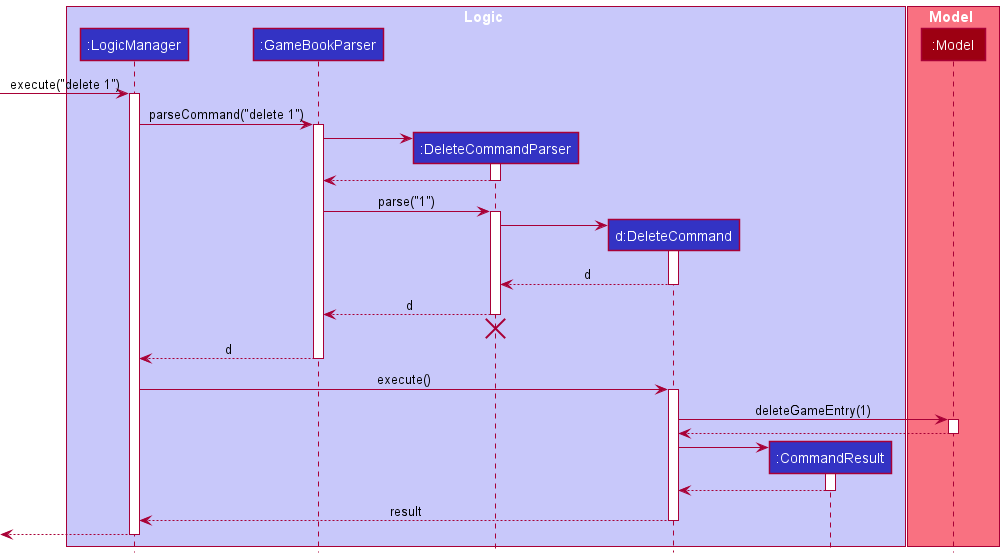
The PlantUML diagram docs/images/DeleteSequenceDiagram.png in yzhilong/tp, before a commit.
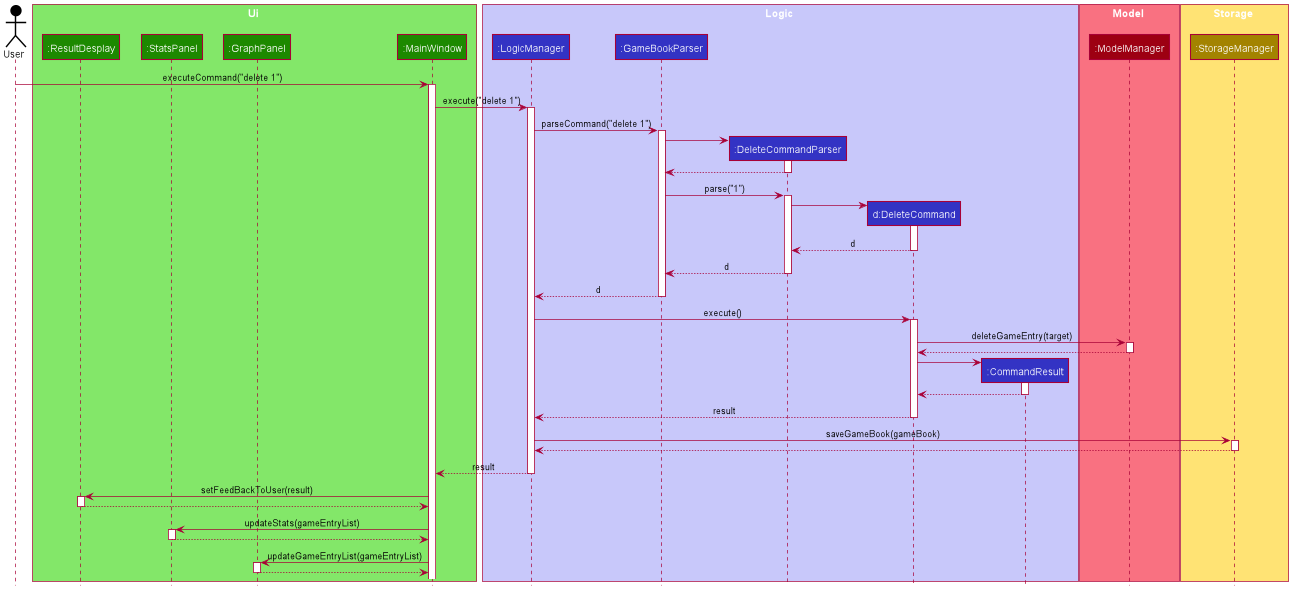
After the change.

Commit message:
Add delete sequence diagram

Diff of the diagram source:
```diff
@@ -1,5 +1,14 @@
 @startuml
 !include style.puml
+
+Actor User as user USER_COLOR
+
+box Ui UI_COLOR_T1
+participant ":ResultDesplay" as ResultDisplay UI_COLOR
+participant ":StatsPanel" as StatsPanel UI_COLOR
+participant ":GraphPanel" as GraphPanel UI_COLOR
+participant ":MainWindow" as MainWindow UI_COLOR
+end box
 
 box Logic LOGIC_COLOR_T1
 participant ":LogicManager" as LogicManager LOGIC_COLOR
@@ -10,10 +19,17 @@
 end box
 
 box Model MODEL_COLOR_T1
-participant ":Model" as Model MODEL_COLOR
+participant ":ModelManager" as ModelManager MODEL_COLOR
 end box
 
-[-> LogicManager : execute("delete 1")
+box Storage STORAGE_COLOR_T1
+participant ":StorageManager" as StorageManager STORAGE_COLOR
+end box
+
+user -> MainWindow : executeCommand("delete 1")
+activate MainWindow
+
+MainWindow -> LogicManager : execute("delete 1")
 activate LogicManager
 
 LogicManager -> GameBookParser : parseCommand("delete 1")
@@ -38,8 +54,7 @@
 
 DeleteCommandParser --> GameBookParser : d
 deactivate DeleteCommandParser
-DeleteCommandParser -[hidden]-> GameBookParser
-destroy DeleteCommandParser
+
 
 GameBookParser --> LogicManager : d
 deactivate GameBookParser
@@ -47,11 +62,13 @@
 LogicManager -> DeleteCommand : execute()
 activate DeleteCommand
 
-DeleteCommand -> Model : deleteGameEntry(1)
-activate Model
 
-Model --> DeleteCommand
-deactivate Model
+DeleteCommand -> ModelManager : deleteGameEntry(target)
+activate ModelManager
+
+
+ModelManager --> DeleteCommand
+deactivate ModelManager
 
 create CommandResult
 DeleteCommand -> CommandResult
@@ -63,6 +80,33 @@
 DeleteCommand --> LogicManager : result
 deactivate DeleteCommand
 
-[<--LogicManager
+LogicManager -> StorageManager : saveGameBook(gameBook)
+activate StorageManager
+
+StorageManager --> LogicManager
+deactivate StorageManager
+
+LogicManager --> MainWindow : result
 deactivate LogicManager
+
+MainWindow -> ResultDisplay : setFeedBackToUser(result)
+activate ResultDisplay
+
+ResultDisplay --> MainWindow
+deactivate ResultDisplay
+
+MainWindow -> StatsPanel : updateStats(gameEntryList)
+activate StatsPanel
+
+StatsPanel --> MainWindow
+deactivate StatsPanel
+
+MainWindow -> GraphPanel : updateGameEntryList(gameEntryList)
+activate GraphPanel
+
+GraphPanel --> MainWindow
+deactivate GraphPanel
+
+
+
 @enduml
```
